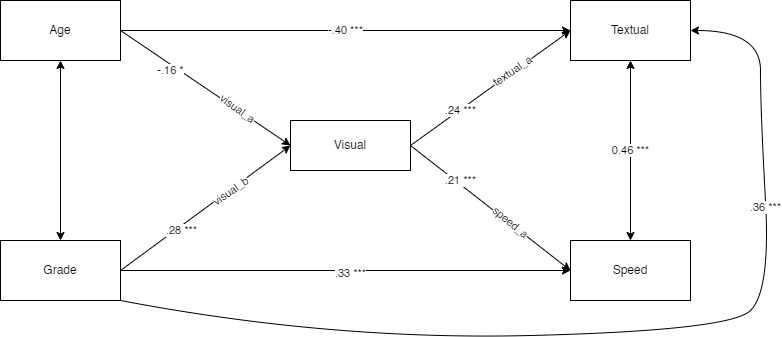
Before: docs/reference/figures/holzinger_model.png, a diagram exported from draw.io (rempsyc/lavaanExtra). Source tidied: cells renumbered, new cells last; positions are measured from the earlier drawing's top-left corner, leaving out a move shared by most shapes.
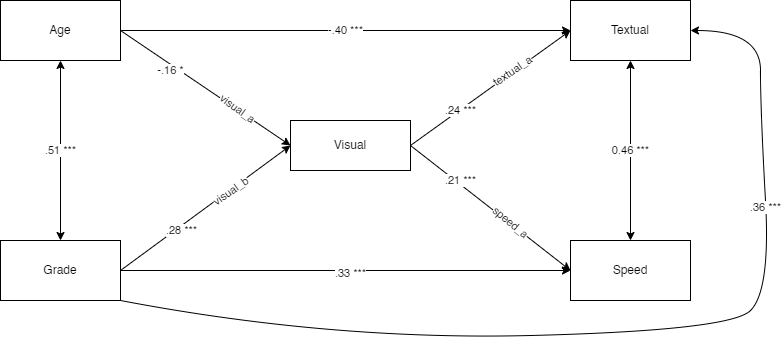
The same diagram one commit later.

Change to the diagram source:
```diff
@@ -10,7 +10,7 @@
         <mxPoint y="-5" as="offset" />
       </mxGeometry>
     </mxCell>
-    <mxCell id="4" style="edgeStyle=none;rounded=0;jettySize=auto;html=1;entryX=0.5;entryY=0;entryDx=0;entryDy=0;startArrow=classic;startFill=1;" parent="1" edge="1" source="6" target="11">
+    <mxCell id="4" value=".51 ***" style="edgeStyle=none;rounded=0;jettySize=auto;html=1;entryX=0.5;entryY=0;entryDx=0;entryDy=0;startArrow=classic;startFill=1;" parent="1" edge="1" source="6" target="11">
       <mxGeometry relative="1" as="geometry" />
     </mxCell>
     <mxCell id="5" value="-.40 ***" style="edgeStyle=none;jettySize=auto;html=1;entryX=0;entryY=0.5;entryDx=0;entryDy=0;startArrow=none;startFill=0;rounded=0;" parent="1" edge="1" source="6" target="19">
```
